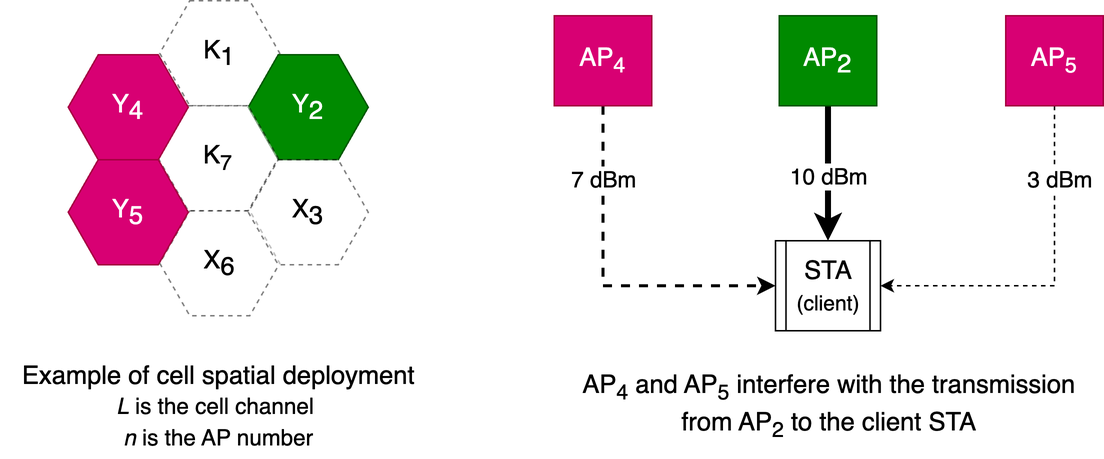
Before: images/mapc_sr/spatial_reuse_cells.png, a diagram exported from draw.io (castogio/castogio.github.io). Source tidied: cells renumbered, new cells last; positions are measured from the earlier drawing's top-left corner, leaving out a move shared by most shapes.
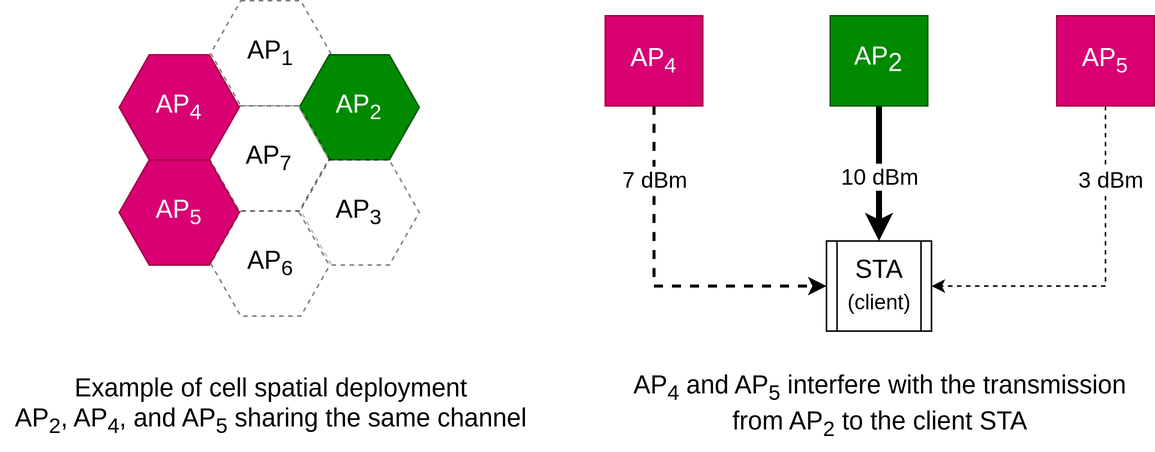
After the change.

Commit message:
Generate Pelican site

Change to the diagram source:
```diff
@@ -2,29 +2,29 @@
   <root>
     <mxCell id="0" />
     <mxCell id="1" parent="0" />
-    <mxCell id="2" value="X&lt;sub style=&quot;font-size: 17px;&quot;&gt;6&lt;/sub&gt;" style="shape=hexagon;perimeter=hexagonPerimeter2;whiteSpace=wrap;html=1;fixedSize=1;dashed=1;opacity=50;fontSize=17;" parent="1" vertex="1">
+    <mxCell id="2" value="AP&lt;sub&gt;6&lt;/sub&gt;" style="shape=hexagon;perimeter=hexagonPerimeter2;whiteSpace=wrap;html=1;fixedSize=1;dashed=1;opacity=50;fontSize=17;" parent="1" vertex="1">
       <mxGeometry x="106" y="140" width="80" height="70" as="geometry" />
     </mxCell>
-    <mxCell id="3" value="K&lt;sub style=&quot;font-size: 17px;&quot;&gt;1&lt;/sub&gt;" style="shape=hexagon;perimeter=hexagonPerimeter2;whiteSpace=wrap;html=1;fixedSize=1;dashed=1;opacity=50;fontSize=17;" parent="1" vertex="1">
+    <mxCell id="3" value="&lt;span style=&quot;font-size: 17px;&quot;&gt;AP&lt;sub&gt;1&lt;/sub&gt;&lt;/span&gt;" style="shape=hexagon;perimeter=hexagonPerimeter2;whiteSpace=wrap;html=1;fixedSize=1;dashed=1;opacity=50;fontSize=17;" parent="1" vertex="1">
       <mxGeometry x="106" width="80" height="70" as="geometry" />
     </mxCell>
-    <mxCell id="4" value="Y&lt;sub style=&quot;font-size: 17px;&quot;&gt;2&lt;/sub&gt;" style="shape=hexagon;perimeter=hexagonPerimeter2;whiteSpace=wrap;html=1;fixedSize=1;fillColor=#008a00;strokeColor=#005700;fontSize=17;fontColor=#ffffff;" parent="1" vertex="1">
+    <mxCell id="4" value="AP&lt;sub&gt;2&lt;/sub&gt;" style="shape=hexagon;perimeter=hexagonPerimeter2;whiteSpace=wrap;html=1;fixedSize=1;fillColor=#008a00;strokeColor=#005700;fontSize=17;fontColor=#ffffff;" parent="1" vertex="1">
       <mxGeometry x="165" y="36" width="80" height="70" as="geometry" />
     </mxCell>
-    <mxCell id="5" value="K&lt;span style=&quot;font-size: 17px;&quot;&gt;&lt;sub&gt;7&lt;/sub&gt;&lt;/span&gt;" style="shape=hexagon;perimeter=hexagonPerimeter2;whiteSpace=wrap;html=1;fixedSize=1;dashed=1;opacity=50;fontSize=17;" parent="1" vertex="1">
+    <mxCell id="5" value="&lt;span style=&quot;font-size: 17px;&quot;&gt;AP&lt;sub&gt;7&lt;/sub&gt;&lt;/span&gt;" style="shape=hexagon;perimeter=hexagonPerimeter2;whiteSpace=wrap;html=1;fixedSize=1;dashed=1;opacity=50;fontSize=17;" parent="1" vertex="1">
       <mxGeometry x="105" y="70" width="80" height="70" as="geometry" />
     </mxCell>
-    <mxCell id="6" value="X&lt;sub style=&quot;font-size: 17px;&quot;&gt;3&lt;/sub&gt;" style="shape=hexagon;perimeter=hexagonPerimeter2;whiteSpace=wrap;html=1;fixedSize=1;dashed=1;opacity=50;fontSize=17;" parent="1" vertex="1">
+    <mxCell id="6" value="AP&lt;sub&gt;3&lt;/sub&gt;" style="shape=hexagon;perimeter=hexagonPerimeter2;whiteSpace=wrap;html=1;fixedSize=1;dashed=1;opacity=50;fontSize=17;" parent="1" vertex="1">
       <mxGeometry x="165" y="106" width="80" height="70" as="geometry" />
     </mxCell>
-    <mxCell id="7" value="Y&lt;sub style=&quot;font-size: 17px;&quot;&gt;5&lt;/sub&gt;" style="shape=hexagon;perimeter=hexagonPerimeter2;whiteSpace=wrap;html=1;fixedSize=1;fillColor=#d80073;fontColor=#ffffff;strokeColor=#A50040;fontSize=17;" parent="1" vertex="1">
+    <mxCell id="7" value="&lt;span style=&quot;font-size: 17px;&quot;&gt;AP&lt;sub&gt;5&lt;/sub&gt;&lt;/span&gt;" style="shape=hexagon;perimeter=hexagonPerimeter2;whiteSpace=wrap;html=1;fixedSize=1;fillColor=#d80073;fontColor=#ffffff;strokeColor=#A50040;fontSize=17;" parent="1" vertex="1">
       <mxGeometry x="45" y="106" width="80" height="70" as="geometry" />
     </mxCell>
-    <mxCell id="8" value="Y&lt;sub style=&quot;font-size: 17px;&quot;&gt;4&lt;/sub&gt;" style="shape=hexagon;perimeter=hexagonPerimeter2;whiteSpace=wrap;html=1;fixedSize=1;fillColor=#d80073;fontColor=#ffffff;strokeColor=#A50040;fontSize=17;" parent="1" vertex="1">
+    <mxCell id="8" value="AP&lt;sub&gt;4&lt;/sub&gt;" style="shape=hexagon;perimeter=hexagonPerimeter2;whiteSpace=wrap;html=1;fixedSize=1;fillColor=#d80073;fontColor=#ffffff;strokeColor=#A50040;fontSize=17;" parent="1" vertex="1">
       <mxGeometry x="45" y="36" width="80" height="70" as="geometry" />
     </mxCell>
-    <mxCell id="9" value="Example of cell spatial deployment&lt;br style=&quot;font-size: 17px;&quot;&gt;&lt;font style=&quot;font-size: 15px;&quot;&gt;&lt;i style=&quot;&quot;&gt;L&lt;/i&gt; is the cell channel&amp;nbsp;&lt;br style=&quot;&quot;&gt;&lt;i style=&quot;&quot;&gt;n&lt;/i&gt; is the AP number&lt;/font&gt;" style="text;html=1;align=center;verticalAlign=middle;strokeColor=none;fillColor=none;fontSize=17;" parent="1" vertex="1">
-      <mxGeometry y="235" width="290" height="70" as="geometry" />
+    <mxCell id="9" value="&lt;font style=&quot;font-size: 17px;&quot;&gt;&lt;font style=&quot;font-size: 17px;&quot;&gt;Example of cell spatial deployment&lt;br style=&quot;&quot;&gt;AP&lt;sub style=&quot;&quot;&gt;2&lt;/sub&gt;, AP&lt;/font&gt;&lt;font style=&quot;font-size: 17px;&quot;&gt;&lt;sub style=&quot;&quot;&gt;4&lt;/sub&gt;&lt;/font&gt;&lt;font style=&quot;font-size: 17px;&quot;&gt;&lt;font style=&quot;font-size: 17px;&quot;&gt;,&lt;/font&gt; and AP&lt;sub style=&quot;&quot;&gt;5&lt;/sub&gt;&amp;nbsp;sharing the same channel&lt;/font&gt;&lt;/font&gt;" style="text;html=1;align=center;verticalAlign=middle;strokeColor=none;fillColor=none;fontSize=17;" parent="1" vertex="1">
+      <mxGeometry x="-34" y="240" width="360" height="60" as="geometry" />
     </mxCell>
     <mxCell id="10" value="STA&lt;br style=&quot;font-size: 17px;&quot;&gt;&lt;font style=&quot;font-size: 14px;&quot;&gt;(client)&lt;/font&gt;" style="shape=process;whiteSpace=wrap;html=1;backgroundOutline=1;fontSize=17;" parent="1" vertex="1">
       <mxGeometry x="516.5" y="160" width="70" height="60" as="geometry" />
@@ -63,7 +63,7 @@
       <mxGeometry x="670" y="10" width="65" height="60" as="geometry" />
     </mxCell>
     <mxCell id="20" value="AP&lt;sub&gt;4&lt;/sub&gt; and AP&lt;sub&gt;5&lt;/sub&gt; interfere with the transmission&lt;br&gt;from AP&lt;sub&gt;2&lt;/sub&gt;&amp;nbsp;to the client STA" style="text;html=1;align=center;verticalAlign=middle;strokeColor=none;fillColor=none;fontSize=17;" parent="1" vertex="1">
-      <mxGeometry x="377" y="240" width="350" height="60" as="geometry" />
+      <mxGeometry x="376.5" y="240" width="350" height="60" as="geometry" />
     </mxCell>
   </root>
 </mxGraphModel>
```
